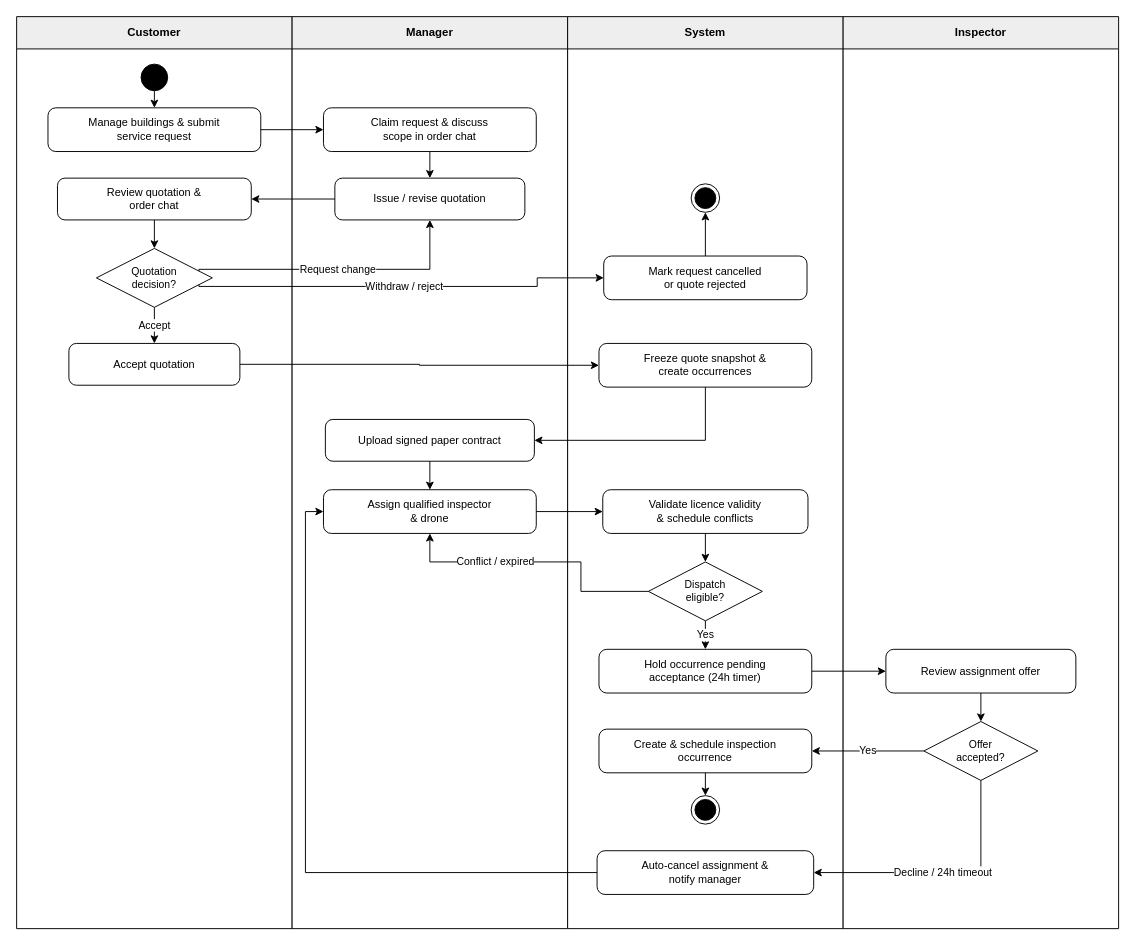
tungbach12/SmartDroneInspection-Docs keeps this draw.io diagram as page "MF2 - Commercial & Dispatch" (3 of 5) of diagrams/smartdrone-activity-diagrams.drawio. Above is the earlier version. Source tidied: cells renumbered, new cells numbered last; positions are measured from the earlier drawing's top-left corner, leaving out a move shared by most shapes. Both pictures are drawn from the tidied source at 95%, with x=0, y=0 at pixel (16, 16).
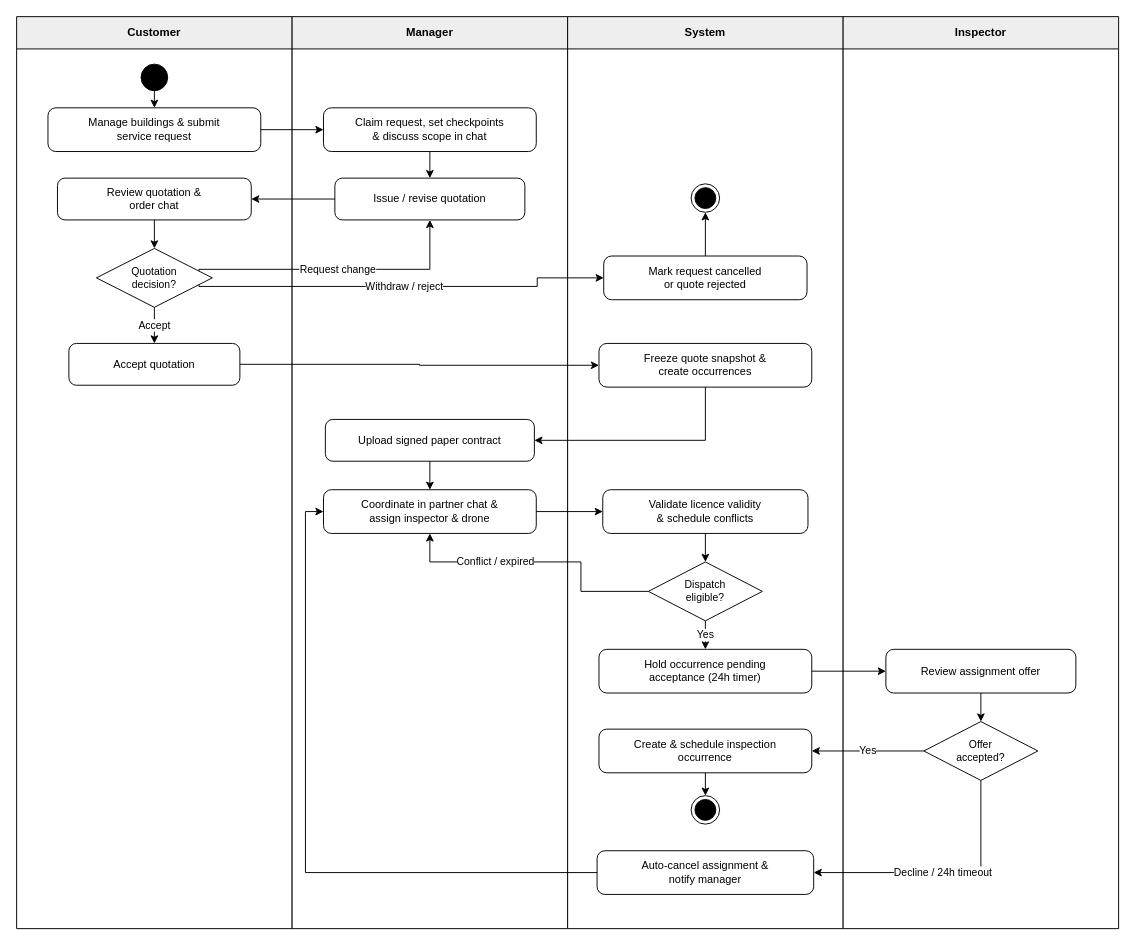
The same diagram, later.

What changed in the source:
```diff
@@
-    <mxCell id="8" value="Claim request &amp;amp; discuss&lt;br&gt;scope in order chat" style="rounded=1;whiteSpace=wrap;html=1;arcSize=18;fillColor=#FFFFFF;strokeColor=#000000;strokeWidth=1;fontColor=#000000;fontSize=11.5;fontFamily=Helvetica;align=center;verticalAlign=middle;spacingLeft=8;spacingRight=8;" parent="1" vertex="1">
+    <mxCell id="8" value="Claim request, set checkpoints&lt;br&gt;&amp;amp; discuss scope in chat" style="rounded=1;whiteSpace=wrap;html=1;arcSize=18;fillColor=#FFFFFF;strokeColor=#000000;strokeWidth=1;fontColor=#000000;fontSize=11.5;fontFamily=Helvetica;align=center;verticalAlign=middle;spacingLeft=8;spacingRight=8;" parent="1" vertex="1">
       <mxGeometry x="323" y="96" width="224" height="46" as="geometry" />
     </mxCell>
@@
-    <mxCell id="17" value="Assign qualified inspector&lt;br&gt;&amp;amp; drone" style="rounded=1;whiteSpace=wrap;html=1;arcSize=18;fillColor=#FFFFFF;strokeColor=#000000;strokeWidth=1;fontColor=#000000;fontSize=11.5;fontFamily=Helvetica;align=center;verticalAlign=middle;spacingLeft=8;spacingRight=8;" parent="1" vertex="1">
+    <mxCell id="17" value="Coordinate in partner chat &amp;amp;&lt;br&gt;assign inspector &amp;amp; drone" style="rounded=1;whiteSpace=wrap;html=1;arcSize=18;fillColor=#FFFFFF;strokeColor=#000000;strokeWidth=1;fontColor=#000000;fontSize=11.5;fontFamily=Helvetica;align=center;verticalAlign=middle;spacingLeft=8;spacingRight=8;" parent="1" vertex="1">
       <mxGeometry x="323" y="498" width="224" height="46" as="geometry" />
     </mxCell>
```
